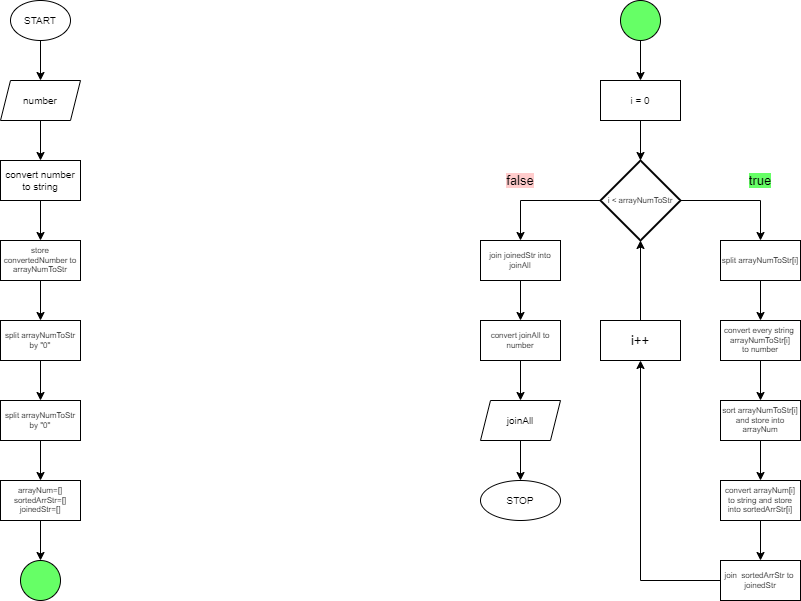
Above: week2-4/divideAndSort.drawio.png in ahmadwahyudi-gh/week-2 (draw.io), before the change. Source tidied: cells renumbered, new cells last; positions are measured from the earlier drawing's top-left corner, leaving out a move shared by most shapes.
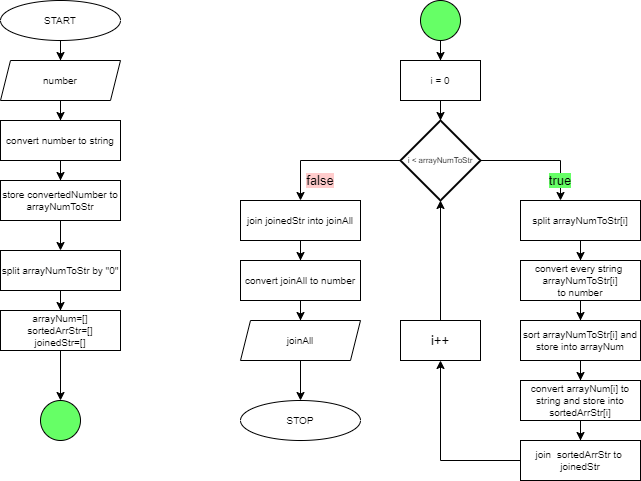
Above is the later version.

Change to the diagram source:
```diff
@@ -6,46 +6,40 @@
       <mxGeometry relative="1" as="geometry" />
     </mxCell>
     <mxCell id="3" value="START" style="ellipse;whiteSpace=wrap;html=1;fontSize=10;" parent="1" vertex="1">
-      <mxGeometry x="10" width="60" height="40" as="geometry" />
+      <mxGeometry x="200" width="120" height="40" as="geometry" />
     </mxCell>
     <mxCell id="4" style="edgeStyle=orthogonalEdgeStyle;rounded=0;jettySize=auto;html=1;fontSize=13;" parent="1" edge="1" source="5" target="9">
       <mxGeometry relative="1" as="geometry" />
     </mxCell>
     <mxCell id="5" value="convert number to string" style="rounded=0;whiteSpace=wrap;html=1;fontSize=10;" parent="1" vertex="1">
-      <mxGeometry y="160" width="80" height="40" as="geometry" />
+      <mxGeometry x="200" y="120" width="120" height="40" as="geometry" />
     </mxCell>
     <mxCell id="6" style="edgeStyle=orthogonalEdgeStyle;rounded=0;jettySize=auto;html=1;fontSize=13;" parent="1" edge="1" source="7" target="5">
       <mxGeometry relative="1" as="geometry" />
     </mxCell>
     <mxCell id="7" value="number" style="shape=parallelogram;perimeter=parallelogramPerimeter;whiteSpace=wrap;html=1;fixedSize=1;fontSize=10;size=10;" parent="1" vertex="1">
-      <mxGeometry y="80" width="80" height="40" as="geometry" />
+      <mxGeometry x="200" y="60" width="120" height="40" as="geometry" />
     </mxCell>
     <mxCell id="8" style="edgeStyle=orthogonalEdgeStyle;rounded=0;jettySize=auto;html=1;fontSize=13;" parent="1" edge="1" source="9" target="11">
       <mxGeometry relative="1" as="geometry" />
     </mxCell>
-    <mxCell id="9" value="store convertedNumber to arrayNumToStr" style="rounded=0;whiteSpace=wrap;html=1;fontSize=8;" parent="1" vertex="1">
-      <mxGeometry y="240" width="80" height="40" as="geometry" />
+    <mxCell id="9" value="store convertedNumber to arrayNumToStr" style="rounded=0;whiteSpace=wrap;html=1;fontSize=10;" parent="1" vertex="1">
+      <mxGeometry x="200" y="180" width="120" height="40" as="geometry" />
     </mxCell>
-    <mxCell id="10" style="edgeStyle=orthogonalEdgeStyle;rounded=0;jettySize=auto;html=1;fontSize=13;" parent="1" edge="1" source="11" target="13">
+    <mxCell id="10" style="edgeStyle=orthogonalEdgeStyle;rounded=0;jettySize=auto;html=1;fontSize=13;entryX=0.5;entryY=0;entryDx=0;entryDy=0;" parent="1" edge="1" source="11" target="15">
       <mxGeometry relative="1" as="geometry" />
     </mxCell>
-    <mxCell id="11" value="split arrayNumToStr by &quot;0&quot;" style="rounded=0;whiteSpace=wrap;html=1;fontSize=8;" parent="1" vertex="1">
-      <mxGeometry y="320" width="80" height="40" as="geometry" />
+    <mxCell id="11" value="split arrayNumToStr by &quot;0&quot;" style="rounded=0;whiteSpace=wrap;html=1;fontSize=10;" parent="1" vertex="1">
+      <mxGeometry x="200" y="250" width="120" height="40" as="geometry" />
     </mxCell>
-    <mxCell id="12" style="edgeStyle=orthogonalEdgeStyle;rounded=0;jettySize=auto;html=1;fontSize=13;" parent="1" edge="1" source="13" target="15">
-      <mxGeometry relative="1" as="geometry" />
-    </mxCell>
-    <mxCell id="13" value="split arrayNumToStr by &quot;0&quot;" style="rounded=0;whiteSpace=wrap;html=1;fontSize=8;" parent="1" vertex="1">
-      <mxGeometry y="400" width="80" height="40" as="geometry" />
-    </mxCell>
     <mxCell id="14" style="edgeStyle=orthogonalEdgeStyle;rounded=0;jettySize=auto;html=1;fontSize=13;" parent="1" edge="1" source="15" target="16">
       <mxGeometry relative="1" as="geometry" />
     </mxCell>
-    <mxCell id="15" value="arrayNum=[]&lt;br&gt;sortedArrStr=[]&lt;br&gt;joinedStr=[]" style="rounded=0;whiteSpace=wrap;html=1;fontSize=8;" parent="1" vertex="1">
-      <mxGeometry y="480" width="80" height="40" as="geometry" />
+    <mxCell id="15" value="arrayNum=[]&lt;br style=&quot;font-size: 10px;&quot;&gt;sortedArrStr=[]&lt;br style=&quot;font-size: 10px;&quot;&gt;joinedStr=[]" style="rounded=0;whiteSpace=wrap;html=1;fontSize=10;" parent="1" vertex="1">
+      <mxGeometry x="200" y="310" width="120" height="40" as="geometry" />
     </mxCell>
     <mxCell id="16" style="verticalLabelPosition=bottom;verticalAlign=top;html=1;shape=mxgraph.flowchart.on-page_reference;fontSize=8;labelBackgroundColor=#66FF66;fillColor=#66FF66;" parent="1" vertex="1">
-      <mxGeometry x="20" y="560" width="40" height="40" as="geometry" />
+      <mxGeometry x="240" y="400" width="40" height="40" as="geometry" />
     </mxCell>
     <mxCell id="17" style="edgeStyle=orthogonalEdgeStyle;rounded=0;jettySize=auto;html=1;fontSize=13;" parent="1" edge="1" source="18" target="23">
       <mxGeometry relative="1" as="geometry" />
@@ -56,7 +50,7 @@
     <mxCell id="19" style="edgeStyle=orthogonalEdgeStyle;rounded=0;jettySize=auto;html=1;fontSize=8;" parent="1" edge="1" source="21" target="25">
       <mxGeometry relative="1" as="geometry">
         <Array as="points">
-          <mxPoint x="760" y="200" />
+          <mxPoint x="760" y="160" />
         </Array>
       </mxGeometry>
     </mxCell>
@@ -64,43 +58,43 @@
       <mxGeometry relative="1" as="geometry" />
     </mxCell>
     <mxCell id="21" value="i &amp;lt; arrayNumToStr" style="strokeWidth=2;html=1;shape=mxgraph.flowchart.decision;whiteSpace=wrap;fontSize=8;" parent="1" vertex="1">
-      <mxGeometry x="600" y="160" width="80" height="80" as="geometry" />
+      <mxGeometry x="600" y="120" width="80" height="80" as="geometry" />
     </mxCell>
     <mxCell id="22" style="edgeStyle=orthogonalEdgeStyle;rounded=0;jettySize=auto;html=1;fontSize=13;" parent="1" edge="1" source="23" target="21">
       <mxGeometry relative="1" as="geometry" />
     </mxCell>
     <mxCell id="23" value="i = 0" style="rounded=0;whiteSpace=wrap;html=1;fontSize=10;" parent="1" vertex="1">
-      <mxGeometry x="600" y="80" width="80" height="40" as="geometry" />
+      <mxGeometry x="600" y="60" width="80" height="40" as="geometry" />
     </mxCell>
     <mxCell id="24" style="edgeStyle=orthogonalEdgeStyle;rounded=0;jettySize=auto;html=1;fontSize=8;" parent="1" edge="1" source="25" target="27">
       <mxGeometry relative="1" as="geometry" />
     </mxCell>
-    <mxCell id="25" value="split arrayNumToStr[i]&lt;br&gt;" style="rounded=0;whiteSpace=wrap;html=1;fontSize=8;" parent="1" vertex="1">
-      <mxGeometry x="720" y="240" width="80" height="40" as="geometry" />
+    <mxCell id="25" value="split arrayNumToStr[i]&lt;br style=&quot;font-size: 10px;&quot;&gt;" style="rounded=0;whiteSpace=wrap;html=1;fontSize=10;" parent="1" vertex="1">
+      <mxGeometry x="720" y="200" width="120" height="40" as="geometry" />
     </mxCell>
     <mxCell id="26" style="edgeStyle=orthogonalEdgeStyle;rounded=0;jettySize=auto;html=1;fontSize=13;" parent="1" edge="1" source="27" target="29">
       <mxGeometry relative="1" as="geometry" />
     </mxCell>
-    <mxCell id="27" value="convert every string&amp;nbsp; arrayNumToStr[i]&lt;br&gt;to number" style="rounded=0;whiteSpace=wrap;html=1;fontSize=8;" parent="1" vertex="1">
-      <mxGeometry x="720" y="320" width="80" height="40" as="geometry" />
+    <mxCell id="27" value="convert every string&amp;nbsp; arrayNumToStr[i]&lt;br style=&quot;font-size: 10px;&quot;&gt;to number" style="rounded=0;whiteSpace=wrap;html=1;fontSize=10;" parent="1" vertex="1">
+      <mxGeometry x="720" y="260" width="120" height="40" as="geometry" />
     </mxCell>
     <mxCell id="28" style="edgeStyle=orthogonalEdgeStyle;rounded=0;jettySize=auto;html=1;fontSize=13;" parent="1" edge="1" source="29" target="31">
       <mxGeometry relative="1" as="geometry" />
     </mxCell>
-    <mxCell id="29" value="sort arrayNumToStr[i] and store into arrayNum" style="rounded=0;whiteSpace=wrap;html=1;fontSize=8;" parent="1" vertex="1">
-      <mxGeometry x="720" y="400" width="80" height="40" as="geometry" />
+    <mxCell id="29" value="sort arrayNumToStr[i] and store into arrayNum" style="rounded=0;whiteSpace=wrap;html=1;fontSize=10;" parent="1" vertex="1">
+      <mxGeometry x="720" y="320" width="120" height="40" as="geometry" />
     </mxCell>
     <mxCell id="30" style="edgeStyle=orthogonalEdgeStyle;rounded=0;jettySize=auto;html=1;fontSize=13;" parent="1" edge="1" source="31" target="33">
       <mxGeometry relative="1" as="geometry" />
     </mxCell>
-    <mxCell id="31" value="convert arrayNum[i] to string and store into sortedArrStr[i]" style="rounded=0;whiteSpace=wrap;html=1;fontSize=8;" parent="1" vertex="1">
-      <mxGeometry x="720" y="480" width="80" height="40" as="geometry" />
+    <mxCell id="31" value="convert arrayNum[i] to string and store into sortedArrStr[i]" style="rounded=0;whiteSpace=wrap;html=1;fontSize=10;" parent="1" vertex="1">
+      <mxGeometry x="720" y="380" width="120" height="40" as="geometry" />
     </mxCell>
     <mxCell id="32" style="edgeStyle=orthogonalEdgeStyle;rounded=0;jettySize=auto;html=1;fontSize=8;" parent="1" edge="1" source="33" target="35">
       <mxGeometry relative="1" as="geometry" />
     </mxCell>
-    <mxCell id="33" value="join&amp;nbsp; sortedArrStr to&amp;nbsp; joinedStr" style="rounded=0;whiteSpace=wrap;html=1;fontSize=8;" parent="1" vertex="1">
-      <mxGeometry x="720" y="560" width="80" height="40" as="geometry" />
+    <mxCell id="33" value="join&amp;nbsp; sortedArrStr to&amp;nbsp; joinedStr" style="rounded=0;whiteSpace=wrap;html=1;fontSize=10;" parent="1" vertex="1">
+      <mxGeometry x="720" y="440" width="120" height="40" as="geometry" />
     </mxCell>
     <mxCell id="34" style="edgeStyle=orthogonalEdgeStyle;rounded=0;jettySize=auto;html=1;entryX=0.5;entryY=1;entryDx=0;entryDy=0;entryPerimeter=0;fontSize=8;" parent="1" edge="1" source="35" target="21">
       <mxGeometry relative="1" as="geometry" />
@@ -111,23 +105,23 @@
     <mxCell id="36" style="edgeStyle=orthogonalEdgeStyle;rounded=0;jettySize=auto;html=1;fontSize=13;" parent="1" edge="1" source="37" target="39">
       <mxGeometry relative="1" as="geometry" />
     </mxCell>
-    <mxCell id="37" value="join joinedStr into joinAll" style="rounded=0;whiteSpace=wrap;html=1;fontSize=8;" parent="1" vertex="1">
-      <mxGeometry x="480" y="240" width="80" height="40" as="geometry" />
+    <mxCell id="37" value="join joinedStr into joinAll" style="rounded=0;whiteSpace=wrap;html=1;fontSize=10;" parent="1" vertex="1">
+      <mxGeometry x="440" y="200" width="120" height="40" as="geometry" />
     </mxCell>
     <mxCell id="38" style="edgeStyle=orthogonalEdgeStyle;rounded=0;jettySize=auto;html=1;fontSize=13;" parent="1" edge="1" source="39" target="41">
       <mxGeometry relative="1" as="geometry" />
     </mxCell>
-    <mxCell id="39" value="convert joinAll to number" style="rounded=0;whiteSpace=wrap;html=1;fontSize=8;" parent="1" vertex="1">
-      <mxGeometry x="480" y="320" width="80" height="40" as="geometry" />
+    <mxCell id="39" value="convert joinAll to number" style="rounded=0;whiteSpace=wrap;html=1;fontSize=10;" parent="1" vertex="1">
+      <mxGeometry x="440" y="260" width="120" height="40" as="geometry" />
     </mxCell>
     <mxCell id="40" style="edgeStyle=orthogonalEdgeStyle;rounded=0;jettySize=auto;html=1;fontSize=13;" parent="1" edge="1" source="41" target="42">
       <mxGeometry relative="1" as="geometry" />
     </mxCell>
     <mxCell id="41" value="joinAll" style="shape=parallelogram;perimeter=parallelogramPerimeter;whiteSpace=wrap;html=1;fixedSize=1;fontSize=10;size=10;" parent="1" vertex="1">
-      <mxGeometry x="480" y="400" width="80" height="40" as="geometry" />
+      <mxGeometry x="440" y="320" width="120" height="40" as="geometry" />
     </mxCell>
     <mxCell id="42" value="STOP" style="ellipse;whiteSpace=wrap;html=1;fontSize=10;" parent="1" vertex="1">
-      <mxGeometry x="480" y="480" width="80" height="40" as="geometry" />
+      <mxGeometry x="440" y="400" width="120" height="40" as="geometry" />
     </mxCell>
     <object id="43" label="true" name="Variable" placeholders="1">
       <mxCell style="text;html=1;strokeColor=none;fillColor=none;align=center;verticalAlign=middle;whiteSpace=wrap;overflow=hidden;labelBackgroundColor=#66FF66;fontSize=13;" parent="1" vertex="1">
```
